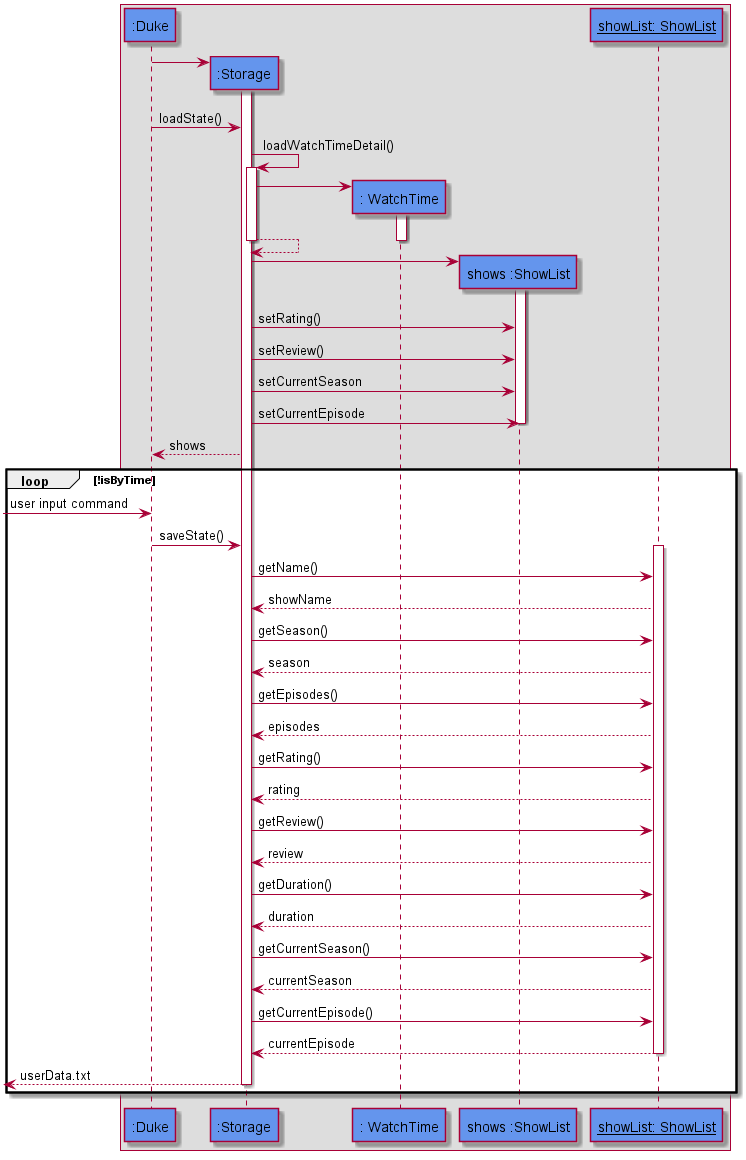
This is docs/images/StorageSequence.png from nus-cs2113-AY2021S1/tp, a PlantUML export, as it was before one commit. Source of this version:
```plantuml
@startuml

box
participant ":Duke" as Duke #6495ED


create ":Storage" as Storage #6495ED
Duke -> Storage
activate Storage
deactivate Storage


Duke -> Storage : loadState()

Storage -> Storage : loadWatchTimeDetail()

activate Storage
create ": WatchTime" as WatchTime #6495ED
Storage -> WatchTime
activate WatchTime
Storage --> Storage :
deactivate WatchTime
deactivate Storage

create "shows :ShowList" as ShowList #6495ED
Storage -> ShowList
activate ShowList
Storage -> ShowList : setRating()

Storage -> ShowList : setReview()
Storage -> ShowList : setCurrentSeason
Storage -> ShowList : setCurrentEpisode

deactivate ShowList
Storage --> Duke : shows

loop !isByTime
[-> Duke: user input command

Duke -> Storage : saveState()
participant "__showList: ShowList__" as showList #6495ED
activate showList
Storage -> showList : getName()
showList --> Storage : showName
Storage -> showList : getSeason()
showList --> Storage : season
Storage -> showList : getEpisodes()
showList --> Storage : episodes
Storage -> showList : getRating()
showList --> Storage : rating
Storage -> showList : getReview()
showList --> Storage : review
Storage -> showList : getDuration()
showList --> Storage : duration
Storage -> showList : getCurrentSeason()
showList --> Storage : currentSeason
Storage -> showList : getCurrentEpisode()
showList --> Storage : currentEpisode

deactivate showList
[<-- Storage : userData.txt
deactivate Storage

end
end box


@enduml
```
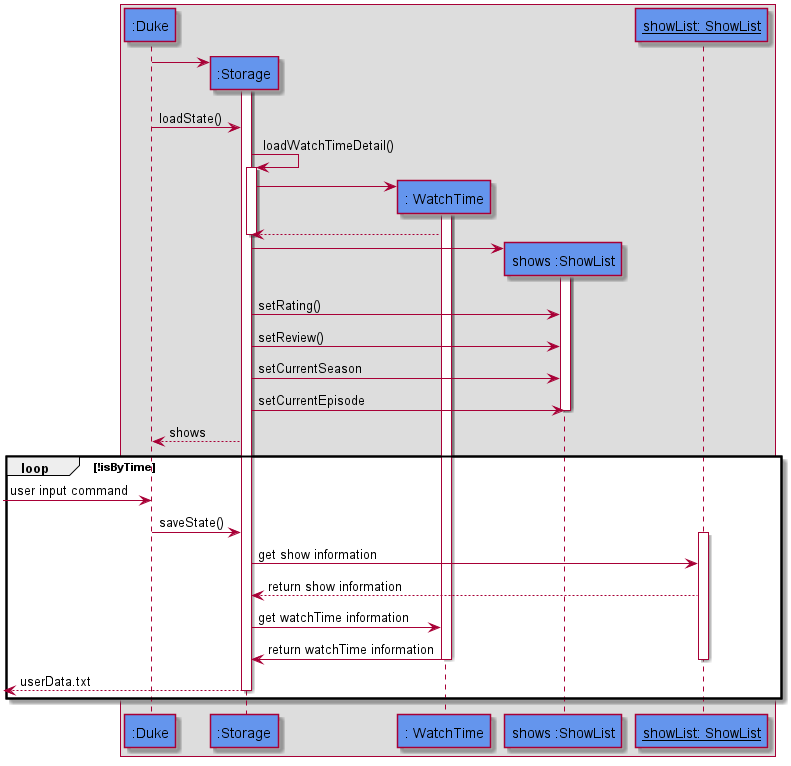
After the change.

The edit, as a diff of the source:
```diff
@@ -18,8 +18,8 @@
 create ": WatchTime" as WatchTime #6495ED
 Storage -> WatchTime
 activate WatchTime
-Storage --> Storage :
-deactivate WatchTime
+WatchTime --> Storage
+
 deactivate Storage
 
 create "shows :ShowList" as ShowList #6495ED
@@ -40,22 +40,13 @@
 Duke -> Storage : saveState()
 participant "__showList: ShowList__" as showList #6495ED
 activate showList
-Storage -> showList : getName()
-showList --> Storage : showName
-Storage -> showList : getSeason()
-showList --> Storage : season
-Storage -> showList : getEpisodes()
-showList --> Storage : episodes
-Storage -> showList : getRating()
-showList --> Storage : rating
-Storage -> showList : getReview()
-showList --> Storage : review
-Storage -> showList : getDuration()
-showList --> Storage : duration
-Storage -> showList : getCurrentSeason()
-showList --> Storage : currentSeason
-Storage -> showList : getCurrentEpisode()
-showList --> Storage : currentEpisode
+
+Storage -> showList : get show information
+showList --> Storage : return show information
+
+Storage -> WatchTime: get watchTime information
+WatchTime -> Storage: return watchTime information
+deactivate WatchTime
 
 deactivate showList
 [<-- Storage : userData.txt
```
